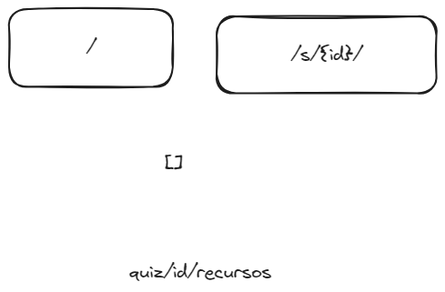
Sign0ret/xavio keeps this Excalidraw diagram as routes.excalidraw.png. Above is the earlier version. Source tidied: one line per element, renumbered; positions are measured from the earlier drawing's top-left corner, leaving out a move shared by most shapes.
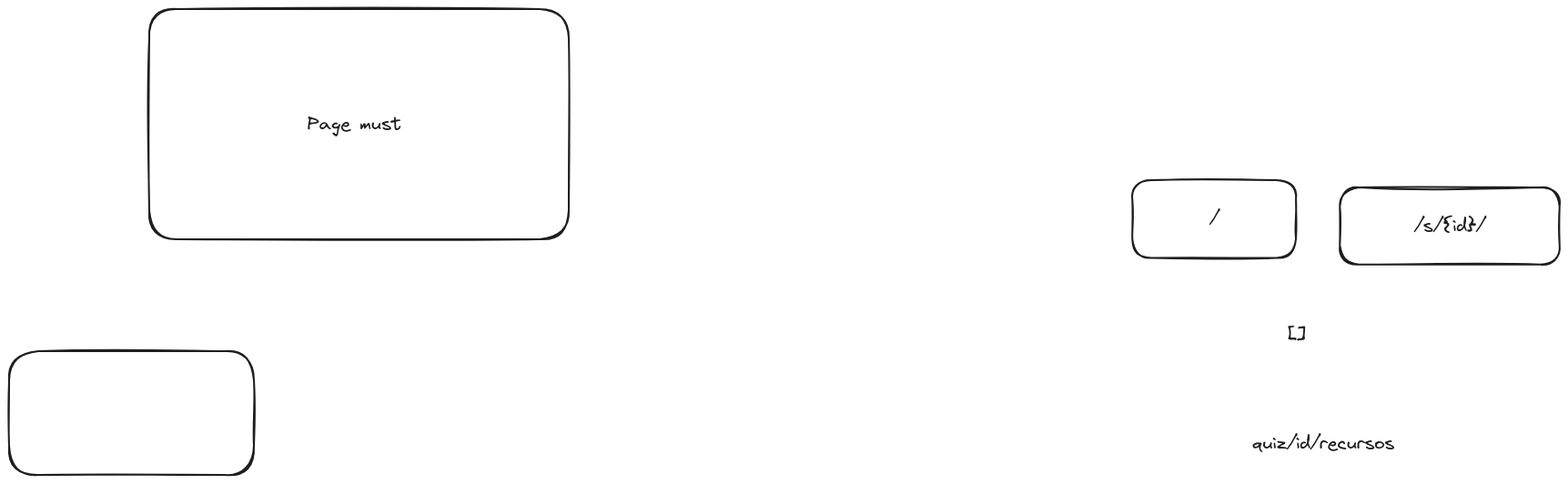
The same diagram one commit later.

What changed in the source:
```diff
@@ -4,3 +4,6 @@
 {"id": 3, "type": "text", "text": "/s/{id}/", "strokeColor": "#1e1e1e", "strokeWidth": 2, "roughness": 1, "fontSize": 20, "fontFamily": 1, "textAlign": "center", "verticalAlign": "middle", "inside": 2, "x": 310, "y": 38, "width": 78, "height": 25}
 {"id": 4, "type": "text", "text": "[]", "strokeColor": "#1e1e1e", "strokeWidth": 2, "roughness": 1, "fontSize": 20, "fontFamily": 1, "x": 171, "y": 158, "width": 20, "height": 25}
 {"id": 5, "type": "text", "text": "quiz/id/recursos", "strokeColor": "#1e1e1e", "strokeWidth": 2, "roughness": 1, "fontSize": 20, "fontFamily": 1, "x": 132, "y": 277, "width": 156, "height": 25}
+{"id": 6, "type": "rectangle", "strokeColor": "#1e1e1e", "strokeWidth": 2, "roughness": 1, "round": true, "x": -1080, "y": -188, "width": 461, "height": 253}
+{"id": 7, "type": "text", "text": "Page must ", "strokeColor": "#1e1e1e", "strokeWidth": 2, "roughness": 1, "fontSize": 20, "fontFamily": 1, "textAlign": "center", "verticalAlign": "middle", "inside": 6, "x": -907, "y": -74, "width": 114, "height": 25}
+{"id": 8, "type": "rectangle", "strokeColor": "#1e1e1e", "strokeWidth": 2, "roughness": 1, "round": true, "x": -1234, "y": 188, "width": 269, "height": 136}
```
